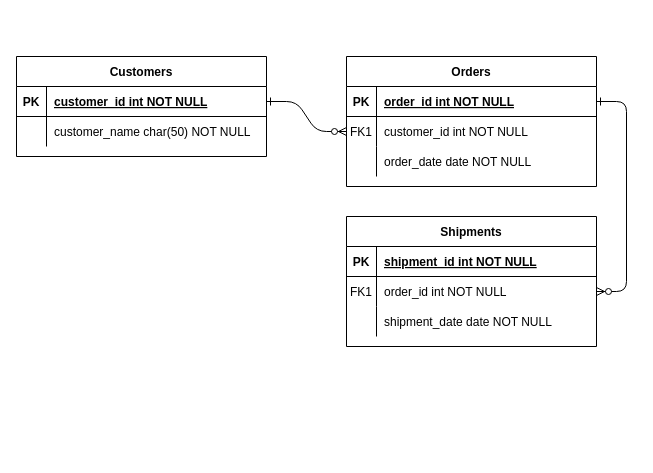
Earlier version of the draw.io diagram Hospital.drawio (DanielaaER/Base-de-Datos). Source tidied: cells renumbered, new cells numbered last; positions are measured from the earlier drawing's top-left corner, leaving out a move shared by most shapes. Both pictures are drawn from the tidied source at 100%, with x=0, y=0 at pixel (16, 56).
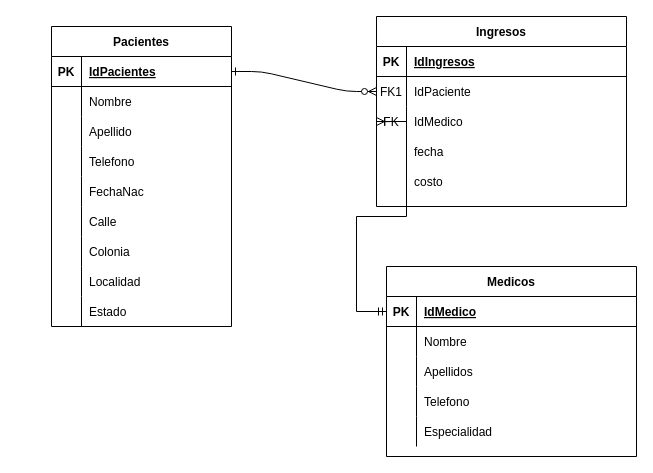
The same page after the edit.

Commit message:
agregar relaciones

The change refers to these unchanged cells:
```xml
<mxCell id="5" style="shape=partialRectangle;fillColor=none;points=[[0,0.5],[1,0.5]];portConstraint=eastwest;top=0;left=0;right=0;bottom=1;" parent="4" vertex="1">
  <mxGeometry y="30" width="250" height="30" as="geometry" />
</mxCell>
<mxCell id="8" style="shape=partialRectangle;fillColor=none;points=[[0,0.5],[1,0.5]];portConstraint=eastwest;top=0;left=0;right=0;bottom=0;" parent="4" vertex="1">
  <mxGeometry y="60" width="250" height="30" as="geometry" />
</mxCell>
<mxCell id="25" style="shape=partialRectangle;fillColor=none;points=[[0,0.5],[1,0.5]];portConstraint=eastwest;top=0;left=0;right=0;bottom=1;" parent="24" vertex="1">
  <mxGeometry y="30" width="250" height="30" as="geometry" />
</mxCell>
<mxCell id="28" style="shape=partialRectangle;fillColor=none;top=0;left=0;right=0;bottom=0;" parent="24" vertex="1">
  <mxGeometry y="60" width="250" height="30" as="geometry" />
</mxCell>
```

What changed in the source:
```diff
@@
-    <mxCell id="2" style="edgeStyle=entityRelationEdgeStyle;endArrow=ERzeroToMany;startArrow=ERone;endFill=1;startFill=0;" parent="1" edge="1" source="25" target="8">
+    <mxCell id="2" style="edgeStyle=entityRelationEdgeStyle;endArrow=ERzeroToMany;startArrow=ERone;endFill=1;startFill=0;exitX=1;exitY=0.5;exitDx=0;exitDy=0;" parent="1" edge="1" source="47" target="8">
       <mxGeometry relative="1" as="geometry" />
     </mxCell>
-    <mxCell id="3" style="edgeStyle=entityRelationEdgeStyle;endArrow=ERzeroToMany;startArrow=ERone;endFill=1;startFill=0;" parent="1" edge="1" source="5" target="18">
-      <mxGeometry relative="1" as="geometry" />
-    </mxCell>
-    <mxCell id="4" value="Orders" style="shape=table;startSize=30;childLayout=tableLayout;rowLines=0;fontStyle=1;align=center;" parent="1" vertex="1">
-      <mxGeometry x="330" width="250" height="130" as="geometry" />
+    <mxCell id="4" value="Ingresos" style="shape=table;startSize=30;childLayout=tableLayout;rowLines=0;fontStyle=1;align=center;" parent="1" vertex="1">
+      <mxGeometry x="360" y="-40" width="250" height="190" as="geometry" />
     </mxCell>
@@
-    <mxCell id="7" value="order_id int NOT NULL " style="shape=partialRectangle;overflow=hidden;fillColor=none;top=0;left=0;bottom=0;right=0;align=left;spacingLeft=6;fontStyle=5;" parent="5" vertex="1">
+    <mxCell id="7" value="IdIngresos" style="shape=partialRectangle;overflow=hidden;fillColor=none;top=0;left=0;bottom=0;right=0;align=left;spacingLeft=6;fontStyle=5;" parent="5" vertex="1">
       <mxGeometry x="30" width="220" height="30" as="geometry" />
     </mxCell>
@@
-    <mxCell id="10" value="customer_id int NOT NULL" style="shape=partialRectangle;overflow=hidden;fillColor=none;top=0;left=0;bottom=0;right=0;align=left;spacingLeft=6;" parent="8" vertex="1">
+    <mxCell id="10" value="IdPaciente" style="shape=partialRectangle;overflow=hidden;fillColor=none;top=0;left=0;bottom=0;right=0;align=left;spacingLeft=6;" parent="8" vertex="1">
       <mxGeometry x="30" width="220" height="30" as="geometry" />
     </mxCell>
+    <mxCell id="31" style="shape=tableRow;horizontal=0;startSize=0;swimlaneHead=0;swimlaneBody=0;fillColor=none;points=[[0,0.5],[1,0.5]];portConstraint=eastwest;top=0;left=0;right=0;bottom=0;" parent="4" vertex="1">
+      <mxGeometry y="90" width="250" height="30" as="geometry" />
+    </mxCell>
+    <mxCell id="32" value="FK" style="shape=partialRectangle;fillColor=none;top=0;left=0;bottom=0;right=0;fontStyle=0;overflow=hidden;" parent="31" vertex="1">
+      <mxGeometry width="30" height="30" as="geometry" />
+    </mxCell>
+    <mxCell id="33" value="IdMedico" style="shape=partialRectangle;fillColor=none;top=0;left=0;bottom=0;right=0;align=left;spacingLeft=6;fontStyle=0;overflow=hidden;" parent="31" vertex="1">
+      <mxGeometry x="30" width="220" height="30" as="geometry" />
+    </mxCell>
     <mxCell id="11" style="shape=partialRectangle;fillColor=none;top=0;left=0;right=0;bottom=0;" parent="4" vertex="1">
-      <mxGeometry y="90" width="250" height="30" as="geometry" />
+      <mxGeometry y="120" width="250" height="30" as="geometry" />
     </mxCell>
@@
-    <mxCell id="13" value="order_date date NOT NULL" style="shape=partialRectangle;overflow=hidden;fillColor=none;top=0;left=0;bottom=0;right=0;align=left;spacingLeft=6;" parent="11" vertex="1">
+    <mxCell id="13" value="fecha" style="shape=partialRectangle;overflow=hidden;fillColor=none;top=0;left=0;bottom=0;right=0;align=left;spacingLeft=6;" parent="11" vertex="1">
       <mxGeometry x="30" width="220" height="30" as="geometry" />
     </mxCell>
-    <mxCell id="14" value="Shipments" style="shape=table;startSize=30;childLayout=tableLayout;rowLines=0;fontStyle=1;align=center;" parent="1" vertex="1">
-      <mxGeometry x="330" y="160" width="250" height="130" as="geometry" />
-    </mxCell>
-    <mxCell id="15" style="shape=partialRectangle;fillColor=none;top=0;left=0;right=0;bottom=1;" parent="14" vertex="1">
-      <mxGeometry y="30" width="250" height="30" as="geometry" />
-    </mxCell>
-    <mxCell id="16" value="PK" style="shape=partialRectangle;overflow=hidden;fillColor=none;top=0;left=0;bottom=0;right=0;fontStyle=1;" parent="15" vertex="1">
-      <mxGeometry width="30" height="30" as="geometry" />
-    </mxCell>
-    <mxCell id="17" value="shipment_id int NOT NULL " style="shape=partialRectangle;overflow=hidden;fillColor=none;top=0;left=0;bottom=0;right=0;align=left;spacingLeft=6;fontStyle=5;" parent="15" vertex="1">
-      <mxGeometry x="30" width="220" height="30" as="geometry" />
-    </mxCell>
-    <mxCell id="18" style="shape=partialRectangle;fillColor=none;points=[[0,0.5],[1,0.5]];portConstraint=eastwest;top=0;left=0;right=0;bottom=0;" parent="14" vertex="1">
-      <mxGeometry y="60" width="250" height="30" as="geometry" />
-    </mxCell>
-    <mxCell id="19" value="FK1" style="shape=partialRectangle;overflow=hidden;fillColor=none;top=0;left=0;bottom=0;right=0;" parent="18" vertex="1">
-      <mxGeometry width="30" height="30" as="geometry" />
-    </mxCell>
-    <mxCell id="20" value="order_id int NOT NULL" style="shape=partialRectangle;overflow=hidden;fillColor=none;top=0;left=0;bottom=0;right=0;align=left;spacingLeft=6;" parent="18" vertex="1">
-      <mxGeometry x="30" width="220" height="30" as="geometry" />
-    </mxCell>
-    <mxCell id="21" style="shape=partialRectangle;fillColor=none;top=0;left=0;right=0;bottom=0;" parent="14" vertex="1">
-      <mxGeometry y="90" width="250" height="30" as="geometry" />
-    </mxCell>
-    <mxCell id="22" style="shape=partialRectangle;overflow=hidden;fillColor=none;top=0;left=0;bottom=0;right=0;" parent="21" vertex="1">
-      <mxGeometry width="30" height="30" as="geometry" />
-    </mxCell>
-    <mxCell id="23" value="shipment_date date NOT NULL" style="shape=partialRectangle;overflow=hidden;fillColor=none;top=0;left=0;bottom=0;right=0;align=left;spacingLeft=6;" parent="21" vertex="1">
-      <mxGeometry x="30" width="220" height="30" as="geometry" />
-    </mxCell>
+    <mxCell id="34" style="shape=tableRow;horizontal=0;startSize=0;swimlaneHead=0;swimlaneBody=0;fillColor=none;top=0;left=0;right=0;bottom=0;" parent="4" vertex="1">
+      <mxGeometry y="150" width="250" height="30" as="geometry" />
+    </mxCell>
+    <mxCell id="35" style="shape=partialRectangle;fillColor=none;top=0;left=0;bottom=0;right=0;overflow=hidden;" parent="34" vertex="1">
+      <mxGeometry width="30" height="30" as="geometry" />
+    </mxCell>
+    <mxCell id="36" value="costo" style="shape=partialRectangle;fillColor=none;top=0;left=0;bottom=0;right=0;align=left;spacingLeft=6;overflow=hidden;" parent="34" vertex="1">
+      <mxGeometry x="30" width="220" height="30" as="geometry" />
+    </mxCell>
-    <mxCell id="24" value="Customers" style="shape=table;startSize=30;childLayout=tableLayout;rowLines=0;fontStyle=1;align=center;" parent="1" vertex="1">
-      <mxGeometry width="250" height="100" as="geometry" />
+    <mxCell id="24" value="Medicos" style="shape=table;startSize=30;childLayout=tableLayout;rowLines=0;fontStyle=1;align=center;" parent="1" vertex="1">
+      <mxGeometry x="370" y="210" width="250" height="190" as="geometry" />
     </mxCell>
@@
-    <mxCell id="27" value="customer_id int NOT NULL " style="shape=partialRectangle;overflow=hidden;fillColor=none;top=0;left=0;bottom=0;right=0;align=left;spacingLeft=6;fontStyle=5;" parent="25" vertex="1">
+    <mxCell id="27" value="IdMedico" style="shape=partialRectangle;overflow=hidden;fillColor=none;top=0;left=0;bottom=0;right=0;align=left;spacingLeft=6;fontStyle=5;" parent="25" vertex="1">
       <mxGeometry x="30" width="220" height="30" as="geometry" />
     </mxCell>
@@
-    <mxCell id="30" value="customer_name char(50) NOT NULL" style="shape=partialRectangle;overflow=hidden;fillColor=none;top=0;left=0;bottom=0;right=0;align=left;spacingLeft=6;" parent="28" vertex="1">
+    <mxCell id="30" value="Nombre" style="shape=partialRectangle;overflow=hidden;fillColor=none;top=0;left=0;bottom=0;right=0;align=left;spacingLeft=6;" parent="28" vertex="1">
       <mxGeometry x="30" width="220" height="30" as="geometry" />
     </mxCell>
+    <mxCell id="37" style="shape=tableRow;horizontal=0;startSize=0;swimlaneHead=0;swimlaneBody=0;fillColor=none;top=0;left=0;right=0;bottom=0;" parent="24" vertex="1">
+      <mxGeometry y="90" width="250" height="30" as="geometry" />
+    </mxCell>
+    <mxCell id="38" style="shape=partialRectangle;fillColor=none;top=0;left=0;bottom=0;right=0;overflow=hidden;" parent="37" vertex="1">
+      <mxGeometry width="30" height="30" as="geometry" />
+    </mxCell>
+    <mxCell id="39" value="Apellidos" style="shape=partialRectangle;fillColor=none;top=0;left=0;bottom=0;right=0;align=left;spacingLeft=6;overflow=hidden;" parent="37" vertex="1">
+      <mxGeometry x="30" width="220" height="30" as="geometry" />
+    </mxCell>
+    <mxCell id="40" style="shape=tableRow;horizontal=0;startSize=0;swimlaneHead=0;swimlaneBody=0;fillColor=none;top=0;left=0;right=0;bottom=0;" parent="24" vertex="1">
+      <mxGeometry y="120" width="250" height="30" as="geometry" />
+    </mxCell>
+    <mxCell id="41" style="shape=partialRectangle;fillColor=none;top=0;left=0;bottom=0;right=0;overflow=hidden;" parent="40" vertex="1">
+      <mxGeometry width="30" height="30" as="geometry" />
+    </mxCell>
+    <mxCell id="42" value="Telefono" style="shape=partialRectangle;fillColor=none;top=0;left=0;bottom=0;right=0;align=left;spacingLeft=6;overflow=hidden;" parent="40" vertex="1">
+      <mxGeometry x="30" width="220" height="30" as="geometry" />
+    </mxCell>
+    <mxCell id="43" style="shape=tableRow;horizontal=0;startSize=0;swimlaneHead=0;swimlaneBody=0;fillColor=none;top=0;left=0;right=0;bottom=0;" parent="24" vertex="1">
+      <mxGeometry y="150" width="250" height="30" as="geometry" />
+    </mxCell>
+    <mxCell id="44" style="shape=partialRectangle;fillColor=none;top=0;left=0;bottom=0;right=0;overflow=hidden;" parent="43" vertex="1">
+      <mxGeometry width="30" height="30" as="geometry" />
+    </mxCell>
+    <mxCell id="45" value="Especialidad" style="shape=partialRectangle;fillColor=none;top=0;left=0;bottom=0;right=0;align=left;spacingLeft=6;overflow=hidden;" parent="43" vertex="1">
+      <mxGeometry x="30" width="220" height="30" as="geometry" />
+    </mxCell>
+    <mxCell id="46" value="Pacientes" style="shape=table;startSize=30;childLayout=tableLayout;rowLines=0;fontStyle=1;align=center;" parent="1" vertex="1">
+      <mxGeometry x="35" y="-30" width="180" height="300" as="geometry" />
+    </mxCell>
+    <mxCell id="47" style="shape=tableRow;horizontal=0;startSize=0;swimlaneHead=0;swimlaneBody=0;fillColor=none;points=[[0,0.5],[1,0.5]];portConstraint=eastwest;top=0;left=0;right=0;bottom=1;" parent="46" vertex="1">
+      <mxGeometry y="30" width="180" height="30" as="geometry" />
+    </mxCell>
+    <mxCell id="16" value="PK" style="shape=partialRectangle;fillColor=none;top=0;left=0;bottom=0;right=0;fontStyle=1;overflow=hidden;" parent="47" vertex="1">
+      <mxGeometry width="30" height="30" as="geometry" />
+    </mxCell>
+    <mxCell id="48" value="IdPacientes" style="shape=partialRectangle;fillColor=none;top=0;left=0;bottom=0;right=0;align=left;spacingLeft=6;fontStyle=5;overflow=hidden;" parent="47" vertex="1">
+      <mxGeometry x="30" width="150" height="30" as="geometry" />
+    </mxCell>
+    <mxCell id="49" style="shape=tableRow;horizontal=0;startSize=0;swimlaneHead=0;swimlaneBody=0;fillColor=none;top=0;left=0;right=0;bottom=0;" parent="46" vertex="1">
+      <mxGeometry y="60" width="180" height="30" as="geometry" />
+    </mxCell>
+    <mxCell id="50" style="shape=partialRectangle;fillColor=none;top=0;left=0;bottom=0;right=0;overflow=hidden;" parent="49" vertex="1">
+      <mxGeometry width="30" height="30" as="geometry" />
+    </mxCell>
+    <mxCell id="51" value="Nombre" style="shape=partialRectangle;fillColor=none;top=0;left=0;bottom=0;right=0;align=left;spacingLeft=6;overflow=hidden;" parent="49" vertex="1">
+      <mxGeometry x="30" width="150" height="30" as="geometry" />
+    </mxCell>
+    <mxCell id="52" style="shape=tableRow;horizontal=0;startSize=0;swimlaneHead=0;swimlaneBody=0;fillColor=none;top=0;left=0;right=0;bottom=0;" parent="46" vertex="1">
+      <mxGeometry y="90" width="180" height="30" as="geometry" />
+    </mxCell>
+    <mxCell id="53" style="shape=partialRectangle;fillColor=none;top=0;left=0;bottom=0;right=0;overflow=hidden;" parent="52" vertex="1">
+      <mxGeometry width="30" height="30" as="geometry" />
+    </mxCell>
+    <mxCell id="54" value="Apellido" style="shape=partialRectangle;fillColor=none;top=0;left=0;bottom=0;right=0;align=left;spacingLeft=6;overflow=hidden;" parent="52" vertex="1">
+      <mxGeometry x="30" width="150" height="30" as="geometry" />
+    </mxCell>
+    <mxCell id="55" style="shape=tableRow;horizontal=0;startSize=0;swimlaneHead=0;swimlaneBody=0;fillColor=none;top=0;left=0;right=0;bottom=0;" parent="46" vertex="1">
+      <mxGeometry y="120" width="180" height="30" as="geometry" />
+    </mxCell>
+    <mxCell id="56" style="shape=partialRectangle;fillColor=none;top=0;left=0;bottom=0;right=0;overflow=hidden;" parent="55" vertex="1">
+      <mxGeometry width="30" height="30" as="geometry" />
+    </mxCell>
+    <mxCell id="57" value="Telefono" style="shape=partialRectangle;fillColor=none;top=0;left=0;bottom=0;right=0;align=left;spacingLeft=6;overflow=hidden;" parent="55" vertex="1">
+      <mxGeometry x="30" width="150" height="30" as="geometry" />
+    </mxCell>
+    <mxCell id="58" style="shape=tableRow;horizontal=0;startSize=0;swimlaneHead=0;swimlaneBody=0;fillColor=none;top=0;left=0;right=0;bottom=0;" parent="46" vertex="1">
+      <mxGeometry y="150" width="180" height="30" as="geometry" />
+    </mxCell>
+    <mxCell id="59" style="shape=partialRectangle;fillColor=none;top=0;left=0;bottom=0;right=0;overflow=hidden;" parent="58" vertex="1">
+      <mxGeometry width="30" height="30" as="geometry" />
+    </mxCell>
+    <mxCell id="60" value="FechaNac" style="shape=partialRectangle;fillColor=none;top=0;left=0;bottom=0;right=0;align=left;spacingLeft=6;overflow=hidden;" parent="58" vertex="1">
+      <mxGeometry x="30" width="150" height="30" as="geometry" />
+    </mxCell>
+    <mxCell id="61" style="shape=tableRow;horizontal=0;startSize=0;swimlaneHead=0;swimlaneBody=0;fillColor=none;top=0;left=0;right=0;bottom=0;" parent="46" vertex="1">
+      <mxGeometry y="180" width="180" height="30" as="geometry" />
+    </mxCell>
+    <mxCell id="62" style="shape=partialRectangle;fillColor=none;top=0;left=0;bottom=0;right=0;overflow=hidden;" parent="61" vertex="1">
+      <mxGeometry width="30" height="30" as="geometry" />
+    </mxCell>
+    <mxCell id="63" value="Calle" style="shape=partialRectangle;fillColor=none;top=0;left=0;bottom=0;right=0;align=left;spacingLeft=6;overflow=hidden;" parent="61" vertex="1">
+      <mxGeometry x="30" width="150" height="30" as="geometry" />
+    </mxCell>
+    <mxCell id="64" style="shape=tableRow;horizontal=0;startSize=0;swimlaneHead=0;swimlaneBody=0;fillColor=none;top=0;left=0;right=0;bottom=0;" parent="46" vertex="1">
+      <mxGeometry y="210" width="180" height="30" as="geometry" />
+    </mxCell>
+    <mxCell id="65" style="shape=partialRectangle;fillColor=none;top=0;left=0;bottom=0;right=0;overflow=hidden;" parent="64" vertex="1">
+      <mxGeometry width="30" height="30" as="geometry" />
+    </mxCell>
+    <mxCell id="66" value="Colonia" style="shape=partialRectangle;fillColor=none;top=0;left=0;bottom=0;right=0;align=left;spacingLeft=6;overflow=hidden;" parent="64" vertex="1">
+      <mxGeometry x="30" width="150" height="30" as="geometry" />
+    </mxCell>
+    <mxCell id="67" style="shape=tableRow;horizontal=0;startSize=0;swimlaneHead=0;swimlaneBody=0;fillColor=none;top=0;left=0;right=0;bottom=0;" parent="46" vertex="1">
+      <mxGeometry y="240" width="180" height="30" as="geometry" />
+    </mxCell>
+    <mxCell id="68" style="shape=partialRectangle;fillColor=none;top=0;left=0;bottom=0;right=0;overflow=hidden;" parent="67" vertex="1">
+      <mxGeometry width="30" height="30" as="geometry" />
+    </mxCell>
+    <mxCell id="69" value="Localidad" style="shape=partialRectangle;fillColor=none;top=0;left=0;bottom=0;right=0;align=left;spacingLeft=6;overflow=hidden;" parent="67" vertex="1">
+      <mxGeometry x="30" width="150" height="30" as="geometry" />
+    </mxCell>
+    <mxCell id="70" style="shape=tableRow;horizontal=0;startSize=0;swimlaneHead=0;swimlaneBody=0;fillColor=none;top=0;left=0;right=0;bottom=0;" parent="46" vertex="1">
+      <mxGeometry y="270" width="180" height="30" as="geometry" />
+    </mxCell>
+    <mxCell id="71" style="shape=partialRectangle;fillColor=none;top=0;left=0;bottom=0;right=0;overflow=hidden;" parent="70" vertex="1">
+      <mxGeometry width="30" height="30" as="geometry" />
+    </mxCell>
+    <mxCell id="72" value="Estado" style="shape=partialRectangle;fillColor=none;top=0;left=0;bottom=0;right=0;align=left;spacingLeft=6;overflow=hidden;" parent="70" vertex="1">
+      <mxGeometry x="30" width="150" height="30" as="geometry" />
+    </mxCell>
+    <mxCell id="73" style="edgeStyle=entityRelationEdgeStyle;fontSize=12;html=1;endArrow=ERoneToMany;startArrow=ERmandOne;rounded=0;entryX=0;entryY=0.5;entryDx=0;entryDy=0;exitX=0;exitY=0.5;exitDx=0;exitDy=0;" parent="1" edge="1" source="25" target="31">
+      <mxGeometry relative="1" as="geometry" />
+    </mxCell>
```
